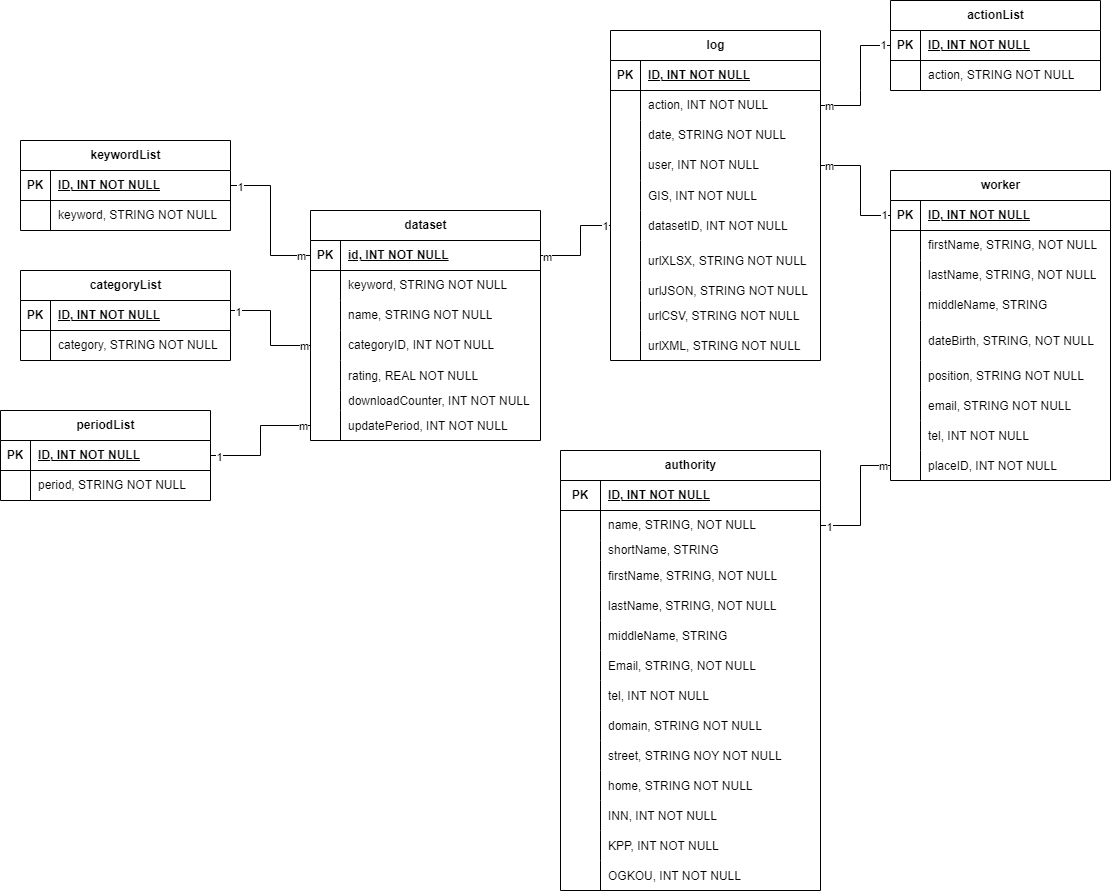
Above: даталогическая модель.png in n0kse/shumskiiIN_kursovaya (draw.io), before the change. Source tidied: cells renumbered, new cells last; positions are measured from the earlier drawing's top-left corner, leaving out a move shared by most shapes.
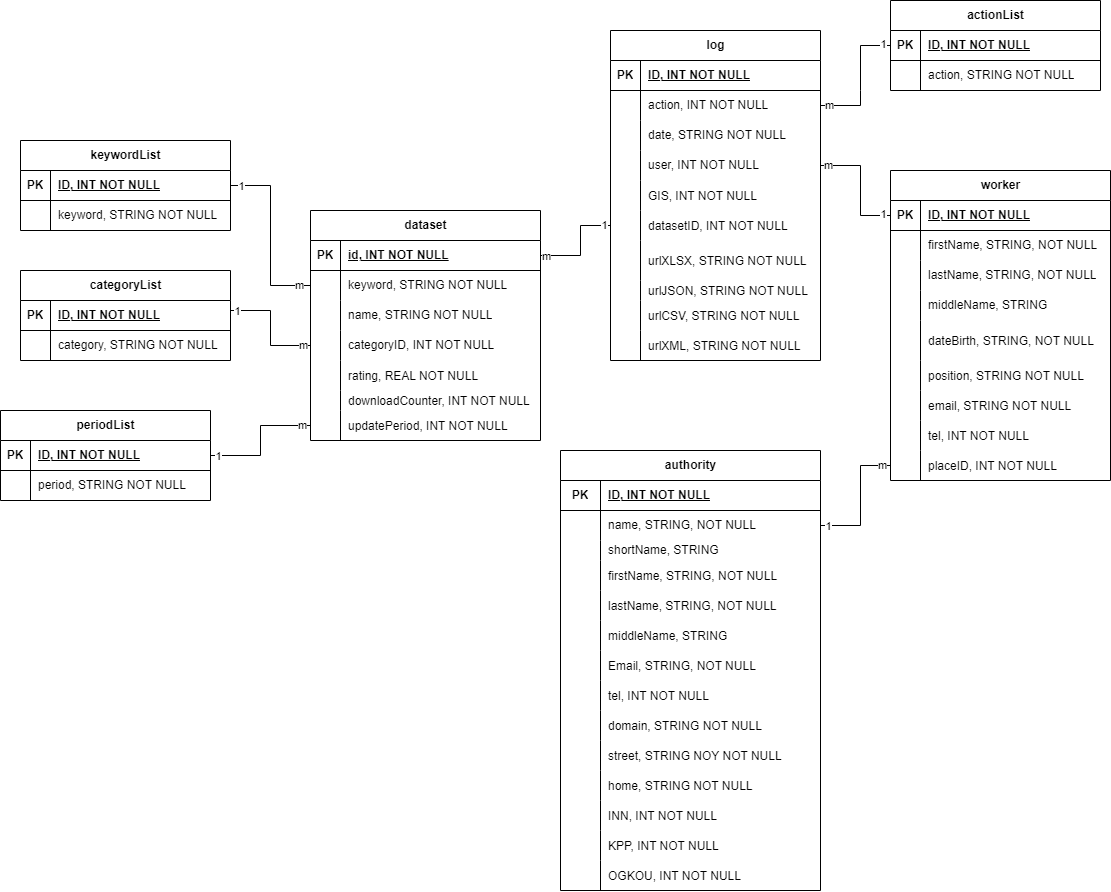
The same diagram one commit later.

Commit message:
исправление связи справочной таблицы

Change to the diagram source:
```diff
@@ -458,11 +458,11 @@
     <mxCell id="153" value="keyword, STRING NOT NULL" style="shape=partialRectangle;fillColor=none;top=0;left=0;bottom=0;right=0;align=left;spacingLeft=6;overflow=hidden;whiteSpace=wrap;html=1;" parent="151" vertex="1">
       <mxGeometry x="30" width="180" height="30" as="geometry" />
     </mxCell>
-    <mxCell id="154" style="endArrow=none;html=1;rounded=0;exitX=1;exitY=0.5;exitDx=0;exitDy=0;entryX=0;entryY=0.5;entryDx=0;entryDy=0;" parent="1" edge="1" source="148" target="112">
+    <mxCell id="154" style="endArrow=none;html=1;rounded=0;exitX=1;exitY=0.5;exitDx=0;exitDy=0;entryX=0;entryY=0.5;entryDx=0;entryDy=0;" parent="1" edge="1" source="148" target="115">
       <mxGeometry relative="1" as="geometry">
         <Array as="points">
           <mxPoint x="270" y="185" />
-          <mxPoint x="270" y="255" />
+          <mxPoint x="270" y="285" />
         </Array>
       </mxGeometry>
     </mxCell>
```
